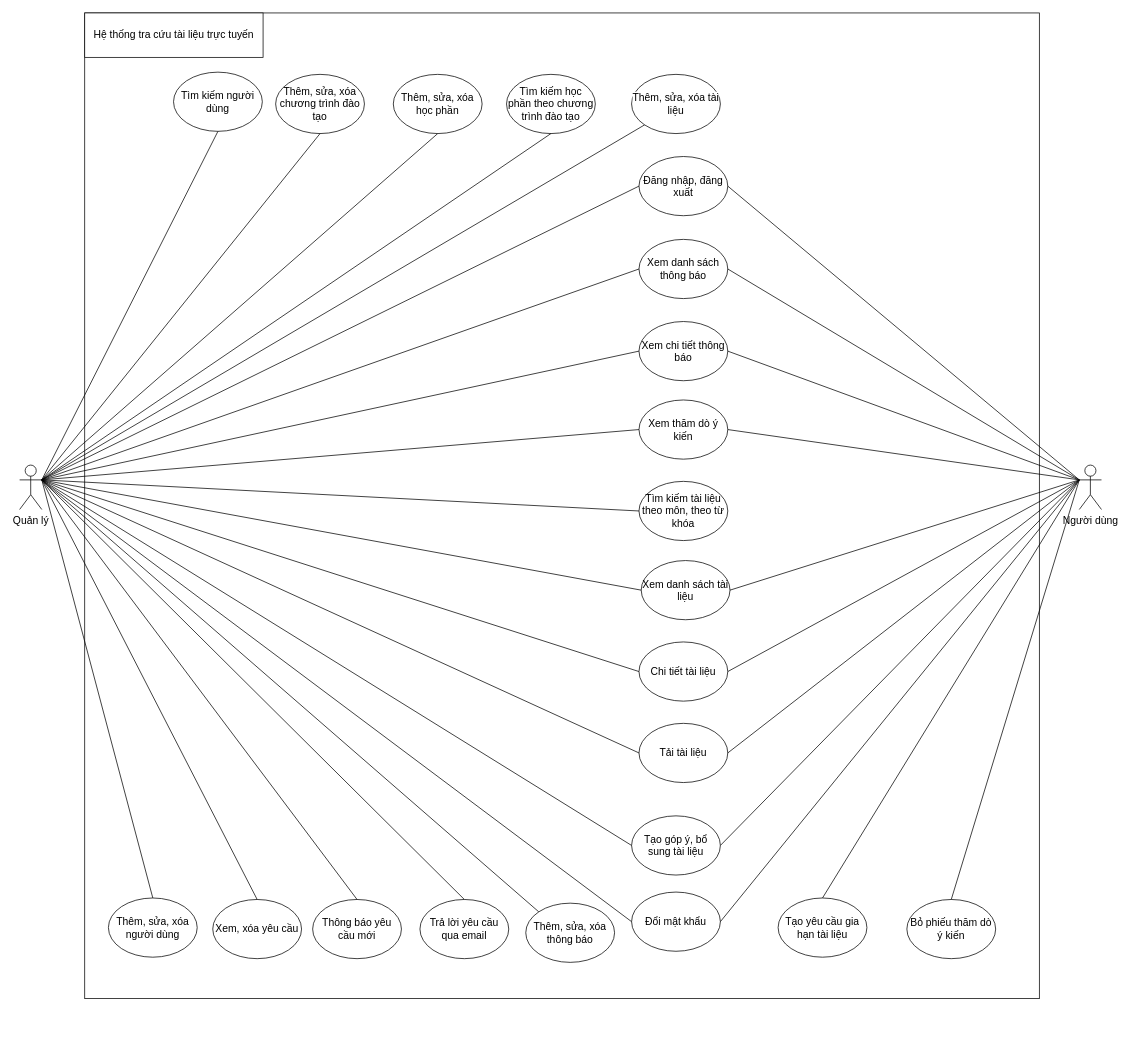
trananhx/ThuVien keeps this draw.io diagram as page "Usecase" (2 of 2) of chart.drawio. Above is the earlier version. Source tidied: cells renumbered, new cells numbered last; positions are measured from the earlier drawing's top-left corner, leaving out a move shared by most shapes. Both pictures are drawn from the tidied source at 74%, with x=0, y=0 at pixel (19, 13).
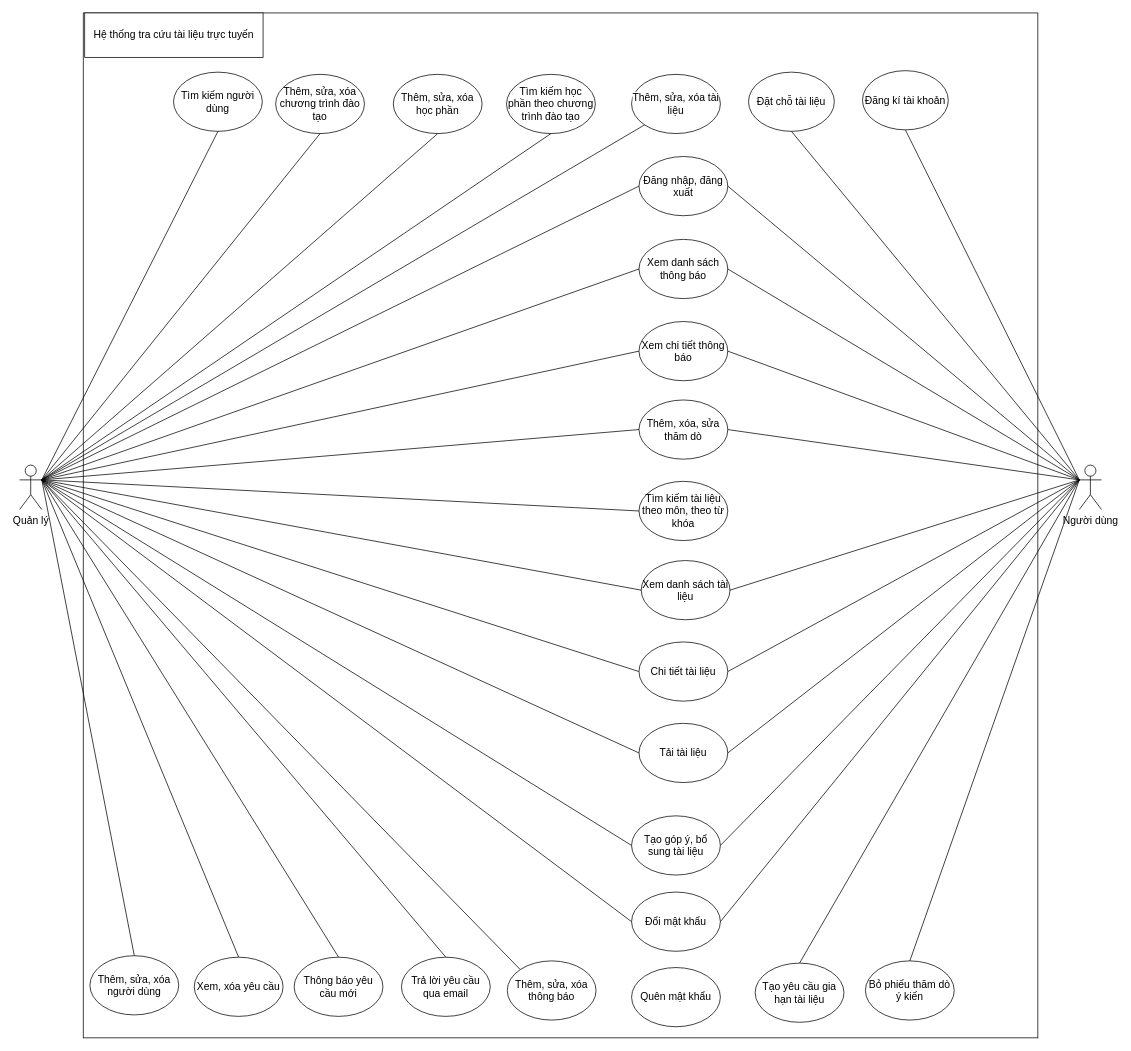
The same page after the edit.

Unchanged cells that the change refers to:
```xml
<mxCell id="3" value="Người dùng" style="shape=umlActor;verticalLabelPosition=bottom;verticalAlign=top;html=1;outlineConnect=0;fontSize=14;" parent="1" vertex="1">
  <mxGeometry x="1432" y="611" width="30" height="60" as="geometry" />
</mxCell>
```

Diff of the diagram source:
```diff
@@
     <mxCell id="8" value="Thêm, sửa, xóa người dùng" style="ellipse;whiteSpace=wrap;html=1;fontSize=14;" parent="1" vertex="1">
-      <mxGeometry x="120" y="1196" width="120" height="80" as="geometry" />
+      <mxGeometry x="95" y="1274" width="120" height="80" as="geometry" />
     </mxCell>
@@
     <mxCell id="12" value="Thêm, sửa, xóa thông báo" style="ellipse;whiteSpace=wrap;html=1;fontSize=14;" parent="1" vertex="1">
-      <mxGeometry x="684" y="1203" width="120" height="80" as="geometry" />
+      <mxGeometry x="659" y="1281" width="120" height="80" as="geometry" />
     </mxCell>
@@
     <mxCell id="16" value="Tạo yêu cầu gia hạn tài liệu" style="ellipse;whiteSpace=wrap;html=1;fontSize=14;" parent="1" vertex="1">
-      <mxGeometry x="1025" y="1196" width="120" height="80" as="geometry" />
+      <mxGeometry x="994" y="1284" width="120" height="80" as="geometry" />
     </mxCell>
-    <mxCell id="17" value="Xem thăm dò ý kiến" style="ellipse;whiteSpace=wrap;html=1;fontSize=14;" parent="1" vertex="1">
+    <mxCell id="17" value="Thêm, xóa, sửa thăm dò" style="ellipse;whiteSpace=wrap;html=1;fontSize=14;" parent="1" vertex="1">
       <mxGeometry x="837" y="523" width="120" height="80" as="geometry" />
     </mxCell>
     <mxCell id="18" value="Bỏ phiếu thăm dò ý kiến" style="ellipse;whiteSpace=wrap;html=1;fontSize=14;" parent="1" vertex="1">
-      <mxGeometry x="1199" y="1198" width="120" height="80" as="geometry" />
+      <mxGeometry x="1143" y="1281" width="120" height="80" as="geometry" />
     </mxCell>
     <mxCell id="19" value="Xem, xóa yêu cầu" style="ellipse;whiteSpace=wrap;html=1;fontSize=14;" parent="1" vertex="1">
-      <mxGeometry x="261" y="1198" width="120" height="80" as="geometry" />
+      <mxGeometry x="236" y="1276" width="120" height="80" as="geometry" />
     </mxCell>
     <mxCell id="20" value="Trả lời yêu cầu qua email" style="ellipse;whiteSpace=wrap;html=1;fontSize=14;" parent="1" vertex="1">
-      <mxGeometry x="541" y="1198" width="120" height="80" as="geometry" />
+      <mxGeometry x="516" y="1276" width="120" height="80" as="geometry" />
     </mxCell>
     <mxCell id="21" value="Thông báo yêu cầu mới" style="ellipse;whiteSpace=wrap;html=1;fontSize=14;" parent="1" vertex="1">
-      <mxGeometry x="396" y="1198" width="120" height="80" as="geometry" />
+      <mxGeometry x="371" y="1276" width="120" height="80" as="geometry" />
     </mxCell>
@@
     <mxCell id="57" style="rounded=0;whiteSpace=wrap;html=1;fillColor=none;" parent="1" vertex="1">
-      <mxGeometry x="88" width="1290" height="1332" as="geometry" />
+      <mxGeometry x="86" width="1290" height="1385" as="geometry" />
     </mxCell>
@@
+    <mxCell id="59" value="Quên mật khẩu" style="ellipse;whiteSpace=wrap;html=1;fontSize=14;" parent="1" vertex="1">
+      <mxGeometry x="827" y="1290" width="120" height="80" as="geometry" />
+    </mxCell>
+    <mxCell id="60" value="Đăng kí tài khoản" style="ellipse;whiteSpace=wrap;html=1;fontSize=14;" parent="1" vertex="1">
+      <mxGeometry x="1139" y="78" width="116" height="80" as="geometry" />
+    </mxCell>
+    <mxCell id="61" value="Đặt chỗ tài liệu" style="ellipse;whiteSpace=wrap;html=1;fontSize=14;" parent="1" vertex="1">
+      <mxGeometry x="985" y="80" width="116" height="80" as="geometry" />
+    </mxCell>
+    <mxCell id="62" style="endArrow=none;html=1;rounded=0;entryX=0.5;entryY=1;entryDx=0;entryDy=0;exitX=0;exitY=0.3333333333333333;exitDx=0;exitDy=0;exitPerimeter=0;" parent="1" edge="1" source="3" target="61">
+      <mxGeometry relative="1" as="geometry" />
+    </mxCell>
+    <mxCell id="63" style="endArrow=none;html=1;rounded=0;exitX=0.5;exitY=1;exitDx=0;exitDy=0;entryX=0;entryY=0.3333333333333333;entryDx=0;entryDy=0;entryPerimeter=0;" parent="1" edge="1" source="60" target="3">
+      <mxGeometry relative="1" as="geometry" />
+    </mxCell>
```
